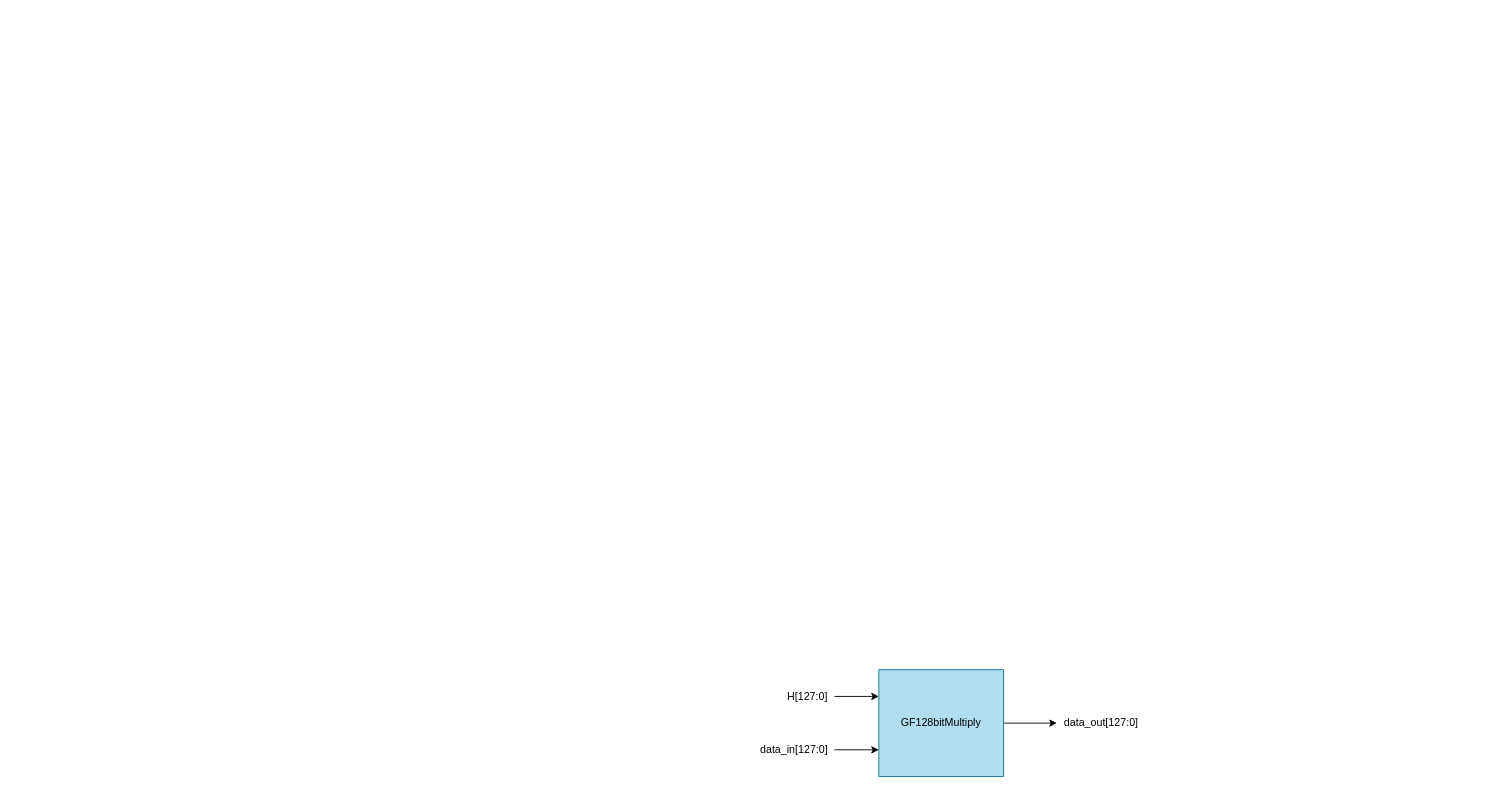
The draw.io diagram Quang Long/_drawio/Module X128 high level.drawio in LQLManZz/AES128-Verilog, before the edit. Source tidied: cells renumbered, new cells numbered last; positions are measured from the earlier drawing's top-left corner, leaving out a move shared by most shapes. Both pictures are drawn from the tidied source at 89%, with x=0, y=0 at pixel (754, 669).
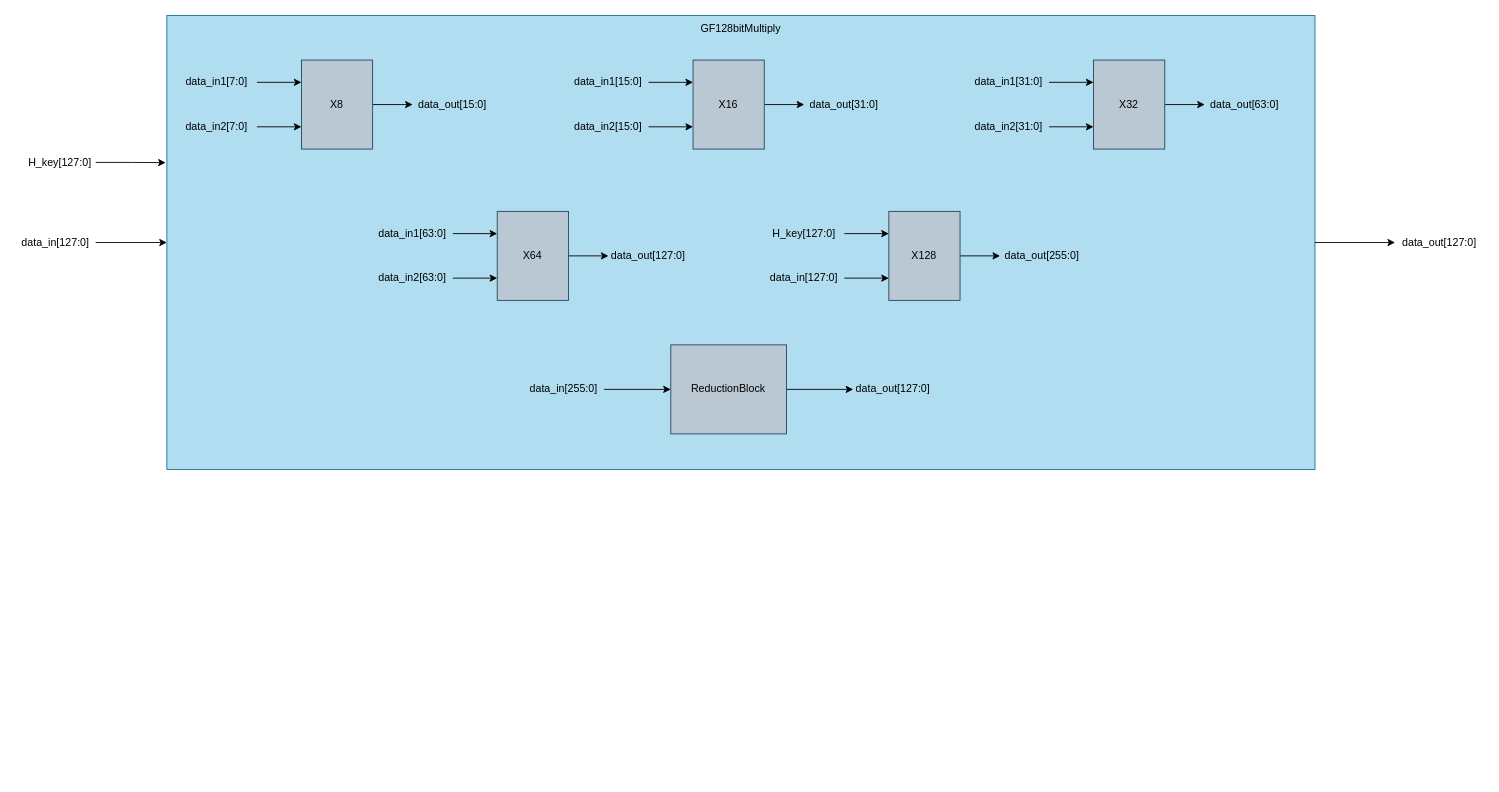
After the change.

Change to the diagram source:
```diff
@@
-    <mxCell id="2" style="edgeStyle=orthogonalEdgeStyle;rounded=0;jettySize=auto;html=1;exitX=1;exitY=0.5;exitDx=0;exitDy=0;entryX=0;entryY=0.5;entryDx=0;entryDy=0;" parent="1" edge="1" source="3" target="6">
-      <mxGeometry relative="1" as="geometry" />
-    </mxCell>
-    <mxCell id="3" value="GF128bitMultiply" style="whiteSpace=wrap;html=1;fillColor=#b1ddf0;strokeColor=#10739e;" parent="1" vertex="1">
-      <mxGeometry x="140" width="140" height="120" as="geometry" />
-    </mxCell>
-    <mxCell id="4" style="edgeStyle=orthogonalEdgeStyle;rounded=0;jettySize=auto;html=1;exitX=1;exitY=0.5;exitDx=0;exitDy=0;entryX=0;entryY=0.25;entryDx=0;entryDy=0;" parent="1" edge="1" source="5" target="3">
-      <mxGeometry relative="1" as="geometry" />
-    </mxCell>
-    <mxCell id="5" value="H[127:0]" style="text;html=1;whiteSpace=wrap;strokeColor=none;fillColor=none;align=center;verticalAlign=middle;rounded=0;" parent="1" vertex="1">
-      <mxGeometry x="30" y="15" width="60" height="30" as="geometry" />
+    <mxCell id="5" value="H_key[127:0]" style="text;html=1;whiteSpace=wrap;strokeColor=none;fillColor=none;align=center;verticalAlign=middle;rounded=0;" parent="1" vertex="1">
+      <mxGeometry x="-820" y="-585" width="80" height="30" as="geometry" />
     </mxCell>
     <mxCell id="6" value="data_out[127:0]" style="text;html=1;whiteSpace=wrap;strokeColor=none;fillColor=none;align=center;verticalAlign=middle;rounded=0;" parent="1" vertex="1">
-      <mxGeometry x="340" y="45" width="100" height="30" as="geometry" />
+      <mxGeometry x="720" y="-495" width="100" height="30" as="geometry" />
     </mxCell>
-    <mxCell id="7" style="edgeStyle=orthogonalEdgeStyle;rounded=0;jettySize=auto;html=1;exitX=1;exitY=0.5;exitDx=0;exitDy=0;entryX=0;entryY=0.75;entryDx=0;entryDy=0;" parent="1" edge="1" source="8" target="3">
+    <mxCell id="7" style="edgeStyle=orthogonalEdgeStyle;rounded=0;jettySize=auto;html=1;exitX=1;exitY=0.5;exitDx=0;exitDy=0;entryX=0;entryY=0.5;entryDx=0;entryDy=0;" parent="1" edge="1" source="8" target="3">
       <mxGeometry relative="1" as="geometry" />
     </mxCell>
     <mxCell id="8" value="data_in[127:0]" style="text;html=1;whiteSpace=wrap;strokeColor=none;fillColor=none;align=center;verticalAlign=middle;rounded=0;" parent="1" vertex="1">
-      <mxGeometry y="75" width="90" height="30" as="geometry" />
+      <mxGeometry x="-830" y="-495" width="90" height="30" as="geometry" />
     </mxCell>
+    <mxCell id="9" style="group;" parent="1" vertex="1">
+      <mxGeometry x="-660" y="-735" width="1290" height="510" as="geometry" />
+    </mxCell>
+    <mxCell id="3" style="whiteSpace=wrap;html=1;fillColor=#b1ddf0;strokeColor=#10739e;" parent="9" vertex="1">
+      <mxGeometry width="1290" height="510" as="geometry" />
+    </mxCell>
+    <mxCell id="10" value="GF128bitMultiply" style="text;html=1;whiteSpace=wrap;strokeColor=none;fillColor=none;align=center;verticalAlign=middle;rounded=0;" parent="9" vertex="1">
+      <mxGeometry x="547.8" width="194.4" height="30" as="geometry" />
+    </mxCell>
+    <mxCell id="11" style="group;" parent="9" vertex="1">
+      <mxGeometry x="11.2" y="50" width="1267.5" height="460" as="geometry" />
+    </mxCell>
+    <mxCell id="12" style="edgeStyle=orthogonalEdgeStyle;rounded=0;jettySize=auto;html=1;exitX=1;exitY=0.5;exitDx=0;exitDy=0;entryX=0;entryY=0.5;entryDx=0;entryDy=0;" parent="11" edge="1" source="13" target="20">
+      <mxGeometry relative="1" as="geometry" />
+    </mxCell>
+    <mxCell id="13" value="X8" style="whiteSpace=wrap;html=1;fillColor=#bac8d3;strokeColor=#23445d;" parent="11" vertex="1">
+      <mxGeometry x="140" width="80" height="100" as="geometry" />
+    </mxCell>
+    <mxCell id="14" style="edgeStyle=orthogonalEdgeStyle;rounded=0;jettySize=auto;html=1;exitX=1;exitY=0.5;exitDx=0;exitDy=0;entryX=0;entryY=0.5;entryDx=0;entryDy=0;" parent="11" edge="1" source="15" target="51">
+      <mxGeometry relative="1" as="geometry" />
+    </mxCell>
+    <mxCell id="15" value="ReductionBlock" style="whiteSpace=wrap;html=1;fillColor=#bac8d3;strokeColor=#23445d;" parent="11" vertex="1">
+      <mxGeometry x="555" y="320" width="130" height="100" as="geometry" />
+    </mxCell>
+    <mxCell id="16" style="edgeStyle=orthogonalEdgeStyle;rounded=0;jettySize=auto;html=1;exitX=1;exitY=0.5;exitDx=0;exitDy=0;entryX=0;entryY=0.25;entryDx=0;entryDy=0;" parent="11" edge="1" source="17" target="13">
+      <mxGeometry relative="1" as="geometry" />
+    </mxCell>
+    <mxCell id="17" value="data_in1[7:0]" style="text;html=1;whiteSpace=wrap;strokeColor=none;fillColor=none;align=center;verticalAlign=middle;rounded=0;" parent="11" vertex="1">
+      <mxGeometry y="10" width="90" height="30" as="geometry" />
+    </mxCell>
+    <mxCell id="18" style="edgeStyle=orthogonalEdgeStyle;rounded=0;jettySize=auto;html=1;exitX=1;exitY=0.5;exitDx=0;exitDy=0;entryX=0;entryY=0.75;entryDx=0;entryDy=0;" parent="11" edge="1" source="19" target="13">
+      <mxGeometry relative="1" as="geometry" />
+    </mxCell>
+    <mxCell id="19" value="data_in2[7:0]" style="text;html=1;whiteSpace=wrap;strokeColor=none;fillColor=none;align=center;verticalAlign=middle;rounded=0;" parent="11" vertex="1">
+      <mxGeometry y="60" width="90" height="30" as="geometry" />
+    </mxCell>
+    <mxCell id="20" value="data_out[15:0]" style="text;html=1;whiteSpace=wrap;strokeColor=none;fillColor=none;align=center;verticalAlign=middle;rounded=0;" parent="11" vertex="1">
+      <mxGeometry x="265" y="35" width="90" height="30" as="geometry" />
+    </mxCell>
+    <mxCell id="21" style="edgeStyle=orthogonalEdgeStyle;rounded=0;jettySize=auto;html=1;exitX=1;exitY=0.5;exitDx=0;exitDy=0;entryX=0;entryY=0.5;entryDx=0;entryDy=0;" parent="11" edge="1" source="22" target="27">
+      <mxGeometry relative="1" as="geometry" />
+    </mxCell>
+    <mxCell id="22" value="X16" style="whiteSpace=wrap;html=1;fillColor=#bac8d3;strokeColor=#23445d;" parent="11" vertex="1">
+      <mxGeometry x="580" width="80" height="100" as="geometry" />
+    </mxCell>
+    <mxCell id="23" style="edgeStyle=orthogonalEdgeStyle;rounded=0;jettySize=auto;html=1;exitX=1;exitY=0.5;exitDx=0;exitDy=0;entryX=0;entryY=0.25;entryDx=0;entryDy=0;" parent="11" edge="1" source="24" target="22">
+      <mxGeometry relative="1" as="geometry" />
+    </mxCell>
+    <mxCell id="24" value="data_in1[15:0]" style="text;html=1;whiteSpace=wrap;strokeColor=none;fillColor=none;align=center;verticalAlign=middle;rounded=0;" parent="11" vertex="1">
+      <mxGeometry x="440" y="10" width="90" height="30" as="geometry" />
+    </mxCell>
+    <mxCell id="25" style="edgeStyle=orthogonalEdgeStyle;rounded=0;jettySize=auto;html=1;exitX=1;exitY=0.5;exitDx=0;exitDy=0;entryX=0;entryY=0.75;entryDx=0;entryDy=0;" parent="11" edge="1" source="26" target="22">
+      <mxGeometry relative="1" as="geometry" />
+    </mxCell>
+    <mxCell id="26" value="data_in2[15:0]" style="text;html=1;whiteSpace=wrap;strokeColor=none;fillColor=none;align=center;verticalAlign=middle;rounded=0;" parent="11" vertex="1">
+      <mxGeometry x="440" y="60" width="90" height="30" as="geometry" />
+    </mxCell>
+    <mxCell id="27" value="data_out[31:0]" style="text;html=1;whiteSpace=wrap;strokeColor=none;fillColor=none;align=center;verticalAlign=middle;rounded=0;" parent="11" vertex="1">
+      <mxGeometry x="705" y="35" width="90" height="30" as="geometry" />
+    </mxCell>
+    <mxCell id="28" style="edgeStyle=orthogonalEdgeStyle;rounded=0;jettySize=auto;html=1;exitX=1;exitY=0.5;exitDx=0;exitDy=0;entryX=0;entryY=0.5;entryDx=0;entryDy=0;" parent="11" edge="1" source="29" target="34">
+      <mxGeometry relative="1" as="geometry" />
+    </mxCell>
+    <mxCell id="29" value="X32" style="whiteSpace=wrap;html=1;fillColor=#bac8d3;strokeColor=#23445d;" parent="11" vertex="1">
+      <mxGeometry x="1030" width="80" height="100" as="geometry" />
+    </mxCell>
+    <mxCell id="30" style="edgeStyle=orthogonalEdgeStyle;rounded=0;jettySize=auto;html=1;exitX=1;exitY=0.5;exitDx=0;exitDy=0;entryX=0;entryY=0.25;entryDx=0;entryDy=0;" parent="11" edge="1" source="31" target="29">
+      <mxGeometry relative="1" as="geometry" />
+    </mxCell>
+    <mxCell id="31" value="data_in1[31:0]" style="text;html=1;whiteSpace=wrap;strokeColor=none;fillColor=none;align=center;verticalAlign=middle;rounded=0;" parent="11" vertex="1">
+      <mxGeometry x="890" y="10" width="90" height="30" as="geometry" />
+    </mxCell>
+    <mxCell id="32" style="edgeStyle=orthogonalEdgeStyle;rounded=0;jettySize=auto;html=1;exitX=1;exitY=0.5;exitDx=0;exitDy=0;entryX=0;entryY=0.75;entryDx=0;entryDy=0;" parent="11" edge="1" source="33" target="29">
+      <mxGeometry relative="1" as="geometry" />
+    </mxCell>
+    <mxCell id="33" value="data_in2[31:0]" style="text;html=1;whiteSpace=wrap;strokeColor=none;fillColor=none;align=center;verticalAlign=middle;rounded=0;" parent="11" vertex="1">
+      <mxGeometry x="890" y="60" width="90" height="30" as="geometry" />
+    </mxCell>
+    <mxCell id="34" value="data_out[63:0]" style="text;html=1;whiteSpace=wrap;strokeColor=none;fillColor=none;align=center;verticalAlign=middle;rounded=0;" parent="11" vertex="1">
+      <mxGeometry x="1155" y="35" width="90" height="30" as="geometry" />
+    </mxCell>
+    <mxCell id="35" style="edgeStyle=orthogonalEdgeStyle;rounded=0;jettySize=auto;html=1;exitX=1;exitY=0.5;exitDx=0;exitDy=0;entryX=0;entryY=0.5;entryDx=0;entryDy=0;" parent="11" edge="1" source="36" target="41">
+      <mxGeometry relative="1" as="geometry" />
+    </mxCell>
+    <mxCell id="36" value="X64" style="whiteSpace=wrap;html=1;fillColor=#bac8d3;strokeColor=#23445d;" parent="11" vertex="1">
+      <mxGeometry x="360" y="170" width="80" height="100" as="geometry" />
+    </mxCell>
+    <mxCell id="37" style="edgeStyle=orthogonalEdgeStyle;rounded=0;jettySize=auto;html=1;exitX=1;exitY=0.5;exitDx=0;exitDy=0;entryX=0;entryY=0.25;entryDx=0;entryDy=0;" parent="11" edge="1" source="38" target="36">
+      <mxGeometry relative="1" as="geometry" />
+    </mxCell>
+    <mxCell id="38" value="data_in1[63:0]" style="text;html=1;whiteSpace=wrap;strokeColor=none;fillColor=none;align=center;verticalAlign=middle;rounded=0;" parent="11" vertex="1">
+      <mxGeometry x="220" y="180" width="90" height="30" as="geometry" />
+    </mxCell>
+    <mxCell id="39" style="edgeStyle=orthogonalEdgeStyle;rounded=0;jettySize=auto;html=1;exitX=1;exitY=0.5;exitDx=0;exitDy=0;entryX=0;entryY=0.75;entryDx=0;entryDy=0;" parent="11" edge="1" source="40" target="36">
+      <mxGeometry relative="1" as="geometry" />
+    </mxCell>
+    <mxCell id="40" value="data_in2[63:0]" style="text;html=1;whiteSpace=wrap;strokeColor=none;fillColor=none;align=center;verticalAlign=middle;rounded=0;" parent="11" vertex="1">
+      <mxGeometry x="220" y="230" width="90" height="30" as="geometry" />
+    </mxCell>
+    <mxCell id="41" value="data_out[127:0]" style="text;html=1;whiteSpace=wrap;strokeColor=none;fillColor=none;align=center;verticalAlign=middle;rounded=0;" parent="11" vertex="1">
+      <mxGeometry x="485" y="205" width="90" height="30" as="geometry" />
+    </mxCell>
+    <mxCell id="42" style="edgeStyle=orthogonalEdgeStyle;rounded=0;jettySize=auto;html=1;exitX=1;exitY=0.5;exitDx=0;exitDy=0;entryX=0;entryY=0.5;entryDx=0;entryDy=0;" parent="11" edge="1" source="43" target="48">
+      <mxGeometry relative="1" as="geometry" />
+    </mxCell>
+    <mxCell id="43" value="X128" style="whiteSpace=wrap;html=1;fillColor=#bac8d3;strokeColor=#23445d;" parent="11" vertex="1">
+      <mxGeometry x="800" y="170" width="80" height="100" as="geometry" />
+    </mxCell>
+    <mxCell id="44" style="edgeStyle=orthogonalEdgeStyle;rounded=0;jettySize=auto;html=1;exitX=1;exitY=0.5;exitDx=0;exitDy=0;entryX=0;entryY=0.25;entryDx=0;entryDy=0;" parent="11" edge="1" source="45" target="43">
+      <mxGeometry relative="1" as="geometry" />
+    </mxCell>
+    <mxCell id="45" value="H_key[127:0]" style="text;html=1;whiteSpace=wrap;strokeColor=none;fillColor=none;align=center;verticalAlign=middle;rounded=0;" parent="11" vertex="1">
+      <mxGeometry x="660" y="180" width="90" height="30" as="geometry" />
+    </mxCell>
+    <mxCell id="46" style="edgeStyle=orthogonalEdgeStyle;rounded=0;jettySize=auto;html=1;exitX=1;exitY=0.5;exitDx=0;exitDy=0;entryX=0;entryY=0.75;entryDx=0;entryDy=0;" parent="11" edge="1" source="47" target="43">
+      <mxGeometry relative="1" as="geometry" />
+    </mxCell>
+    <mxCell id="47" value="data_in[127:0]" style="text;html=1;whiteSpace=wrap;strokeColor=none;fillColor=none;align=center;verticalAlign=middle;rounded=0;" parent="11" vertex="1">
+      <mxGeometry x="660" y="230" width="90" height="30" as="geometry" />
+    </mxCell>
+    <mxCell id="48" value="data_out[255:0]" style="text;html=1;whiteSpace=wrap;strokeColor=none;fillColor=none;align=center;verticalAlign=middle;rounded=0;" parent="11" vertex="1">
+      <mxGeometry x="925" y="205" width="95" height="30" as="geometry" />
+    </mxCell>
+    <mxCell id="49" style="edgeStyle=orthogonalEdgeStyle;rounded=0;jettySize=auto;html=1;exitX=1;exitY=0.5;exitDx=0;exitDy=0;entryX=0;entryY=0.5;entryDx=0;entryDy=0;" parent="11" edge="1" source="50" target="15">
+      <mxGeometry relative="1" as="geometry" />
+    </mxCell>
+    <mxCell id="50" value="data_in[255:0]" style="text;html=1;whiteSpace=wrap;strokeColor=none;fillColor=none;align=center;verticalAlign=middle;rounded=0;" parent="11" vertex="1">
+      <mxGeometry x="390" y="355" width="90" height="30" as="geometry" />
+    </mxCell>
+    <mxCell id="51" value="data_out[127:0]" style="text;html=1;whiteSpace=wrap;strokeColor=none;fillColor=none;align=center;verticalAlign=middle;rounded=0;" parent="11" vertex="1">
+      <mxGeometry x="760" y="355" width="90" height="30" as="geometry" />
+    </mxCell>
+    <mxCell id="4" style="edgeStyle=orthogonalEdgeStyle;rounded=0;jettySize=auto;html=1;exitX=1;exitY=0.5;exitDx=0;exitDy=0;entryX=-0.001;entryY=0.324;entryDx=0;entryDy=0;entryPerimeter=0;" parent="1" edge="1" source="5" target="3">
+      <mxGeometry relative="1" as="geometry" />
+    </mxCell>
+    <mxCell id="2" style="edgeStyle=orthogonalEdgeStyle;rounded=0;jettySize=auto;html=1;exitX=1;exitY=0.5;exitDx=0;exitDy=0;entryX=0;entryY=0.5;entryDx=0;entryDy=0;" parent="1" edge="1" source="3" target="6">
+      <mxGeometry relative="1" as="geometry" />
+    </mxCell>
```
